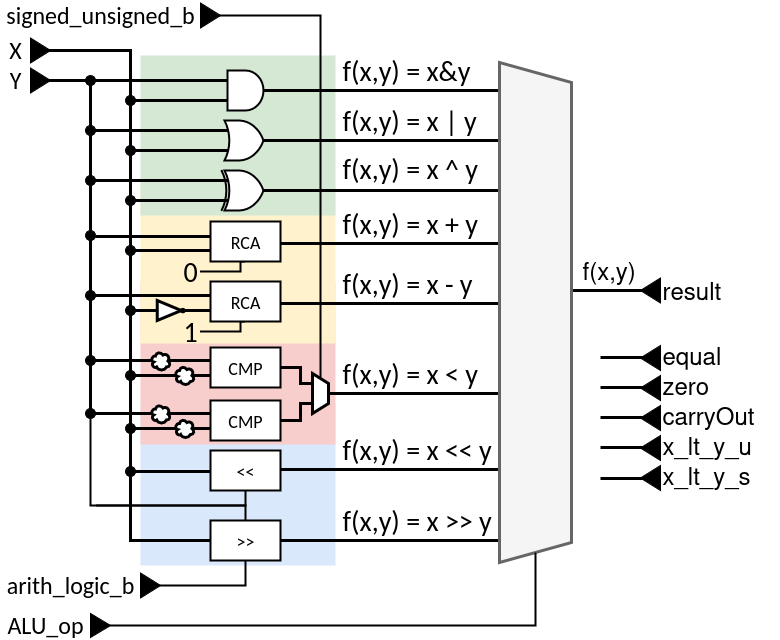
Earlier version of the draw.io export static/images/300/ALUdesign.png (KULeuven-Diepenbeek/course_disch). Source tidied: cells renumbered, new cells last; positions are measured from the earlier drawing's top-left corner, leaving out a move shared by most shapes.
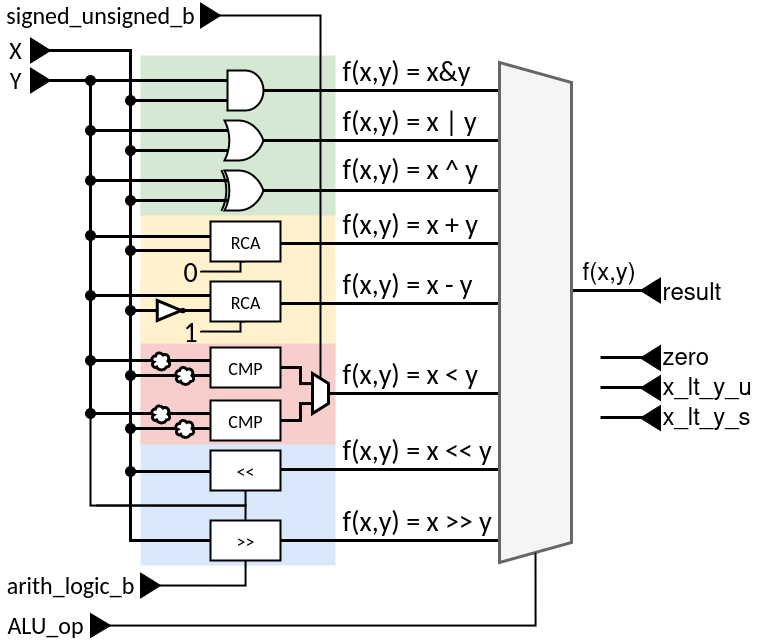
Above is the later version.

The edit, as a diff of the source:
```diff
@@ -405,20 +405,14 @@
     <mxCell id="98" style="triangle;whiteSpace=wrap;html=1;fillColor=#000000;" parent="1" vertex="1">
       <mxGeometry x="90" y="613" width="20" height="24" as="geometry" />
     </mxCell>
-    <mxCell id="99" value="&lt;font style=&quot;font-size: 24px;&quot;&gt;equal&lt;/font&gt;" style="text;html=1;strokeColor=none;fillColor=none;align=left;verticalAlign=middle;whiteSpace=wrap;rounded=0;strokeWidth=2;fontSize=18;" parent="1" vertex="1">
-      <mxGeometry x="660" y="340" width="80" height="30" as="geometry" />
-    </mxCell>
     <mxCell id="100" value="&lt;font style=&quot;font-size: 24px;&quot;&gt;zero&lt;/font&gt;" style="text;html=1;strokeColor=none;fillColor=none;align=left;verticalAlign=middle;whiteSpace=wrap;rounded=0;strokeWidth=2;fontSize=18;" parent="1" vertex="1">
-      <mxGeometry x="660" y="370" width="80" height="30" as="geometry" />
+      <mxGeometry x="660" y="340" width="80" height="30" as="geometry" />
     </mxCell>
-    <mxCell id="101" value="&lt;font style=&quot;font-size: 24px;&quot;&gt;carryOut&lt;/font&gt;" style="text;html=1;strokeColor=none;fillColor=none;align=left;verticalAlign=middle;whiteSpace=wrap;rounded=0;strokeWidth=2;fontSize=18;" parent="1" vertex="1">
-      <mxGeometry x="660" y="400" width="120" height="30" as="geometry" />
-    </mxCell>
     <mxCell id="102" value="&lt;font style=&quot;font-size: 24px;&quot;&gt;x_lt_y_u&lt;/font&gt;" style="text;html=1;strokeColor=none;fillColor=none;align=left;verticalAlign=middle;whiteSpace=wrap;rounded=0;strokeWidth=2;fontSize=18;" parent="1" vertex="1">
-      <mxGeometry x="660" y="430" width="120" height="30" as="geometry" />
+      <mxGeometry x="660" y="370" width="120" height="30" as="geometry" />
     </mxCell>
     <mxCell id="103" value="&lt;font style=&quot;font-size: 24px;&quot;&gt;x_lt_y_s&lt;/font&gt;" style="text;html=1;strokeColor=none;fillColor=none;align=left;verticalAlign=middle;whiteSpace=wrap;rounded=0;strokeWidth=2;fontSize=18;" parent="1" vertex="1">
-      <mxGeometry x="660" y="460" width="120" height="30" as="geometry" />
+      <mxGeometry x="660" y="400" width="120" height="30" as="geometry" />
     </mxCell>
     <mxCell id="104" style="triangle;whiteSpace=wrap;html=1;fillColor=#000000;flipH=1;" parent="1" vertex="1">
       <mxGeometry x="640" y="345" width="20" height="25" as="geometry" />
@@ -429,12 +423,6 @@
     <mxCell id="106" style="triangle;whiteSpace=wrap;html=1;fillColor=#000000;flipH=1;" parent="1" vertex="1">
       <mxGeometry x="640" y="405" width="20" height="25" as="geometry" />
     </mxCell>
-    <mxCell id="107" style="triangle;whiteSpace=wrap;html=1;fillColor=#000000;flipH=1;" parent="1" vertex="1">
-      <mxGeometry x="640" y="435" width="20" height="25" as="geometry" />
-    </mxCell>
-    <mxCell id="108" style="triangle;whiteSpace=wrap;html=1;fillColor=#000000;flipH=1;" parent="1" vertex="1">
-      <mxGeometry x="640" y="465" width="20" height="25" as="geometry" />
-    </mxCell>
     <mxCell id="109" style="endArrow=none;html=1;rounded=0;strokeWidth=3;" parent="1" edge="1">
       <mxGeometry relative="1" as="geometry">
         <mxPoint x="600" y="357" as="sourcePoint" />
@@ -453,17 +441,5 @@
         <mxPoint x="660" y="417" as="targetPoint" />
       </mxGeometry>
     </mxCell>
-    <mxCell id="112" style="endArrow=none;html=1;rounded=0;strokeWidth=3;" parent="1" edge="1">
-      <mxGeometry relative="1" as="geometry">
-        <mxPoint x="600" y="447" as="sourcePoint" />
-        <mxPoint x="660" y="447" as="targetPoint" />
-      </mxGeometry>
-    </mxCell>
-    <mxCell id="113" style="endArrow=none;html=1;rounded=0;strokeWidth=3;" parent="1" edge="1">
-      <mxGeometry relative="1" as="geometry">
-        <mxPoint x="600" y="478" as="sourcePoint" />
-        <mxPoint x="660" y="478" as="targetPoint" />
-      </mxGeometry>
-    </mxCell>
   </root>
 </mxGraphModel>
```
